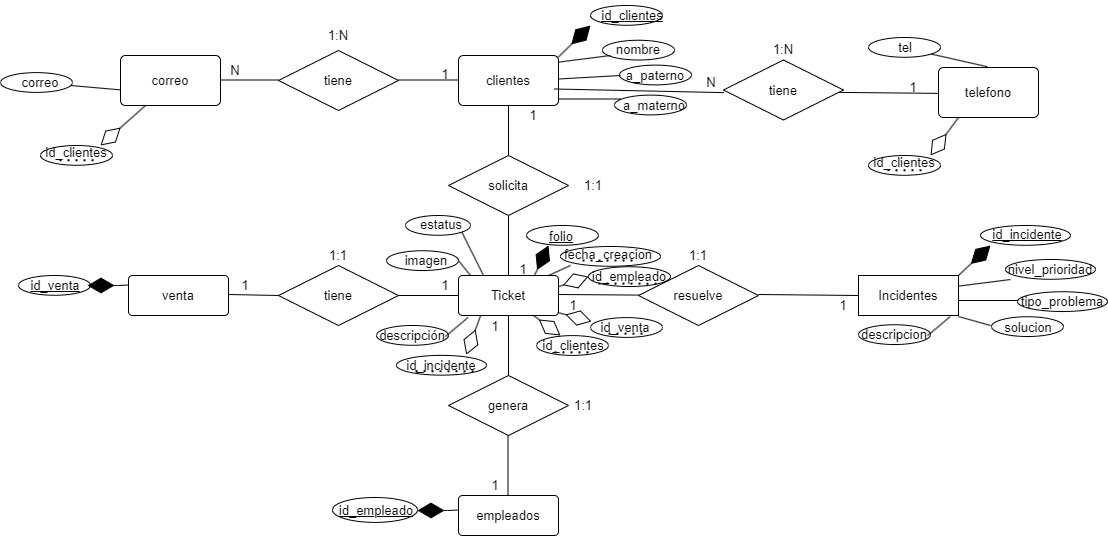
Before: documentacion/Diagrama entidad relacion.png, a diagram exported from draw.io (dani-to/API-Helpdesk). Source tidied: cells renumbered, new cells last; positions are measured from the earlier drawing's top-left corner, leaving out a move shared by most shapes.
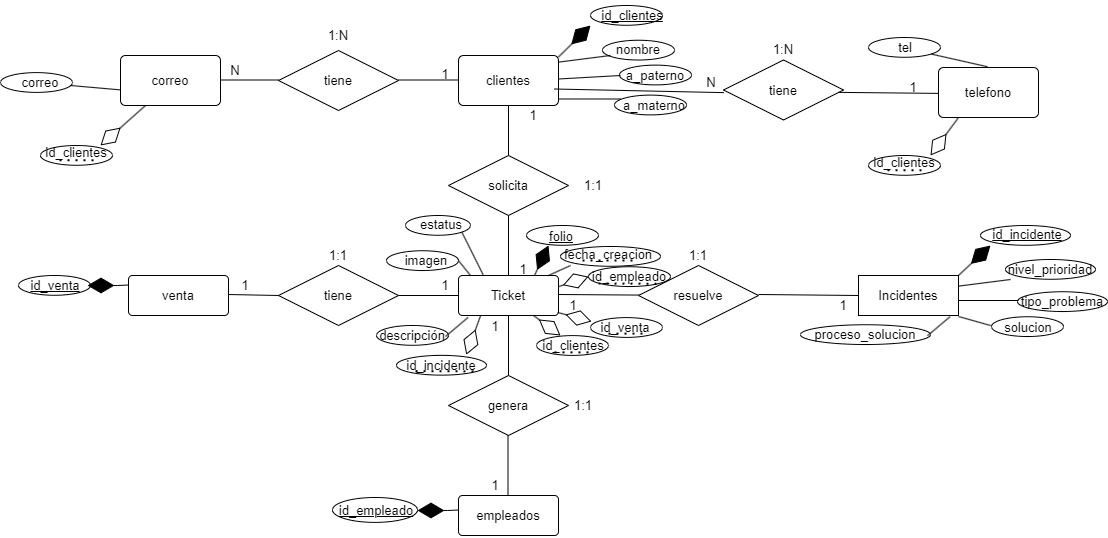
After the commit.

The edit, as a diff of the source:
```diff
@@ -476,8 +476,8 @@
         <mxPoint x="949.5" y="316.2" as="targetPoint" />
       </mxGeometry>
     </mxCell>
-    <mxCell id="123" value="descripcion" style="ellipse;whiteSpace=wrap;html=1;fillColor=none;" parent="1" vertex="1">
-      <mxGeometry x="858" y="324.2" width="72" height="19.8" as="geometry" />
+    <mxCell id="123" value="proceso_solucion" style="ellipse;whiteSpace=wrap;html=1;fillColor=none;" parent="1" vertex="1">
+      <mxGeometry x="800" y="324.2" width="130" height="19.8" as="geometry" />
     </mxCell>
   </root>
 </mxGraphModel>
```
